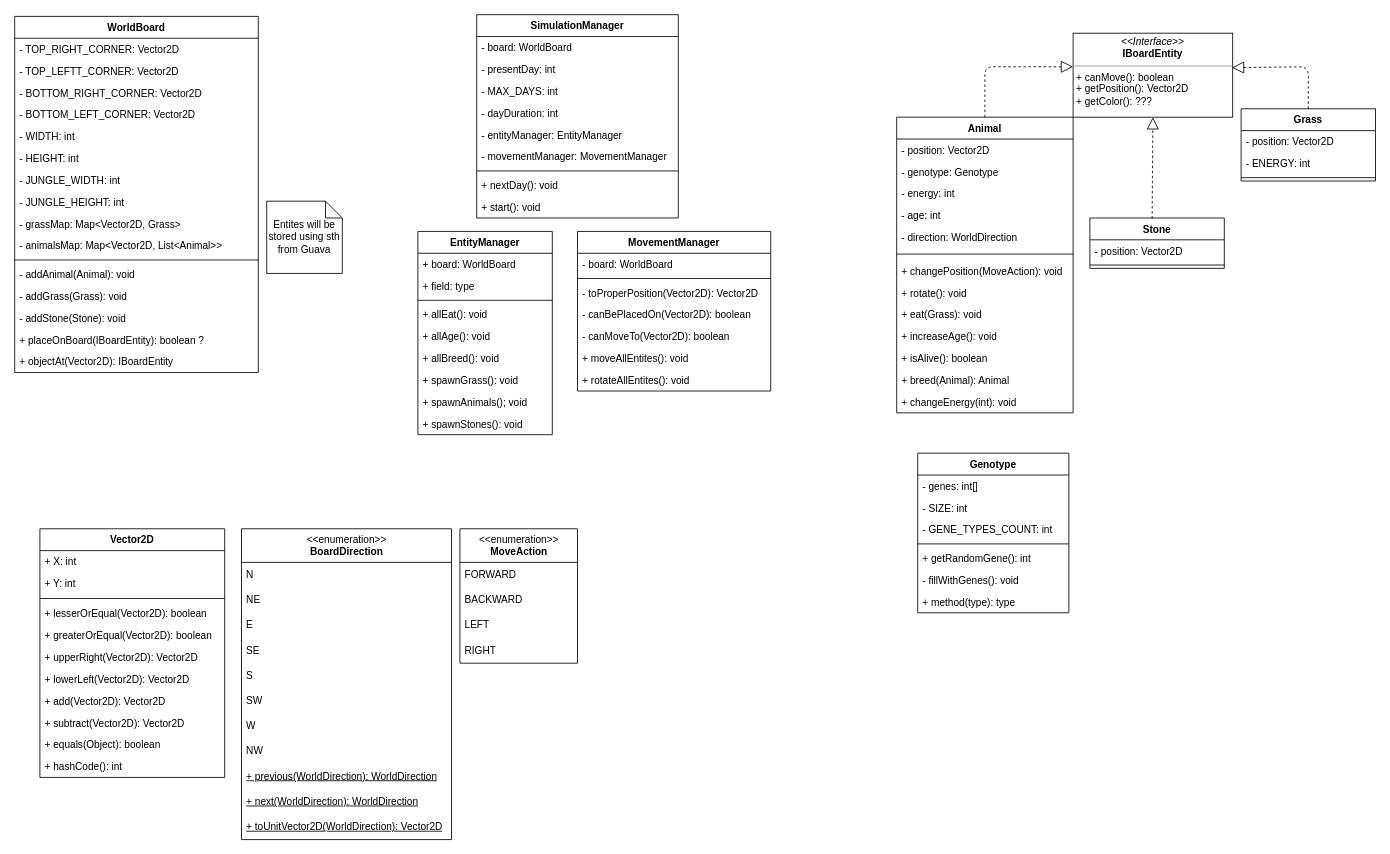
Before: Evolutionary Generator Remastered - class scheme.drawio in jakubsolecki/Evolutionary-Generator-Remastered, a draw.io diagram. Source tidied: cells renumbered, new cells numbered last; positions are measured from the earlier drawing's top-left corner, leaving out a move shared by most shapes. Both pictures are drawn from the tidied source at 84%, with x=0, y=0 at pixel (14, 14).
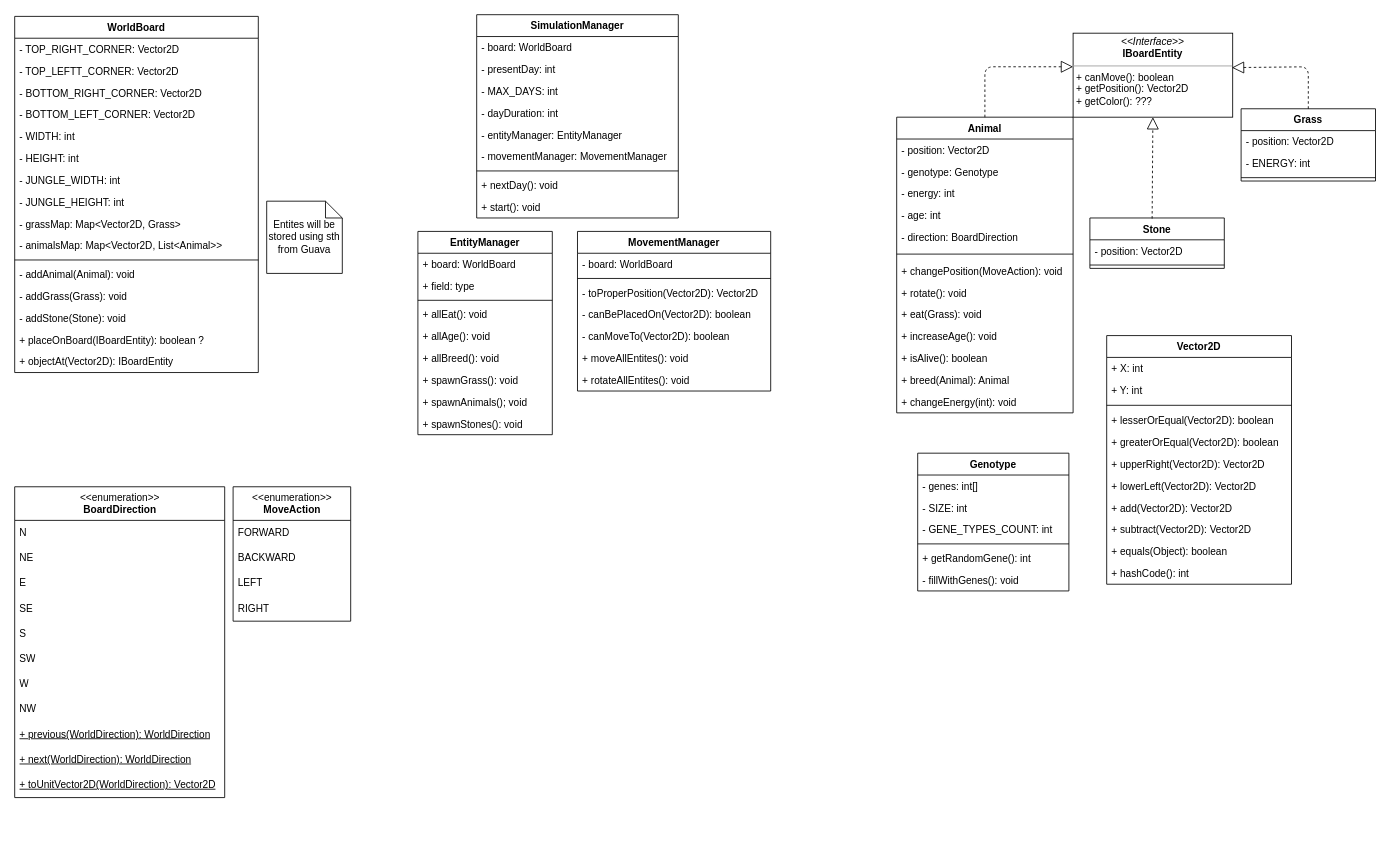
The same diagram, later.

Unchanged cells that the change refers to:
```xml
<mxCell id="2" value="Animal" style="swimlane;fontStyle=1;align=center;verticalAlign=top;horizontal=1;startSize=26;" parent="1" vertex="1">
  <mxGeometry x="1050" y="122" width="210" height="352" as="geometry" />
</mxCell>
```

Diff of the diagram source:
```diff
@@
-    <mxCell id="7" value="- direction: WorldDirection&#10;" style="text;strokeColor=none;fillColor=none;align=left;verticalAlign=top;spacingLeft=4;spacingRight=4;overflow=hidden;" parent="2" vertex="1">
+    <mxCell id="7" value="- direction: BoardDirection&#10;" style="text;strokeColor=none;fillColor=none;align=left;verticalAlign=top;spacingLeft=4;spacingRight=4;overflow=hidden;" parent="2" vertex="1">
       <mxGeometry y="130" width="210" height="26" as="geometry" />
     </mxCell>
@@
     <mxCell id="16" value="Vector2D" style="swimlane;fontStyle=1;align=center;verticalAlign=top;horizontal=1;startSize=26;" parent="1" vertex="1">
-      <mxGeometry x="30" y="612" width="220" height="296" as="geometry" />
+      <mxGeometry x="1300" y="382" width="220" height="296" as="geometry" />
     </mxCell>
@@
     <mxCell id="38" value="Genotype" style="swimlane;fontStyle=1;align=center;verticalAlign=top;horizontal=1;startSize=26;" parent="1" vertex="1">
-      <mxGeometry x="1075" y="522" width="180" height="190" as="geometry" />
+      <mxGeometry x="1075" y="522" width="180" height="164" as="geometry" />
     </mxCell>
@@
-    <mxCell id="45" value="+ method(type): type" style="text;strokeColor=none;fillColor=none;align=left;verticalAlign=top;spacingLeft=4;spacingRight=4;overflow=hidden;" parent="38" vertex="1">
-      <mxGeometry y="164" width="180" height="26" as="geometry" />
-    </mxCell>
@@
     <mxCell id="86" value="&amp;lt;&amp;lt;enumeration&amp;gt;&amp;gt;&lt;br&gt;&lt;b&gt;MoveAction&lt;/b&gt;" style="swimlane;fontStyle=0;align=center;verticalAlign=top;horizontal=1;startSize=40;html=1;" parent="1" vertex="1">
-      <mxGeometry x="530" y="612" width="140" height="160" as="geometry" />
+      <mxGeometry x="260" y="562" width="140" height="160" as="geometry" />
     </mxCell>
@@
     <mxCell id="91" value="&amp;lt;&amp;lt;enumeration&amp;gt;&amp;gt;&lt;br&gt;&lt;b&gt;BoardDirection&lt;/b&gt;" style="swimlane;fontStyle=0;align=center;verticalAlign=top;horizontal=1;startSize=40;html=1;" parent="1" vertex="1">
-      <mxGeometry x="270" y="612" width="250" height="370" as="geometry" />
+      <mxGeometry y="562" width="250" height="370" as="geometry" />
     </mxCell>
```
